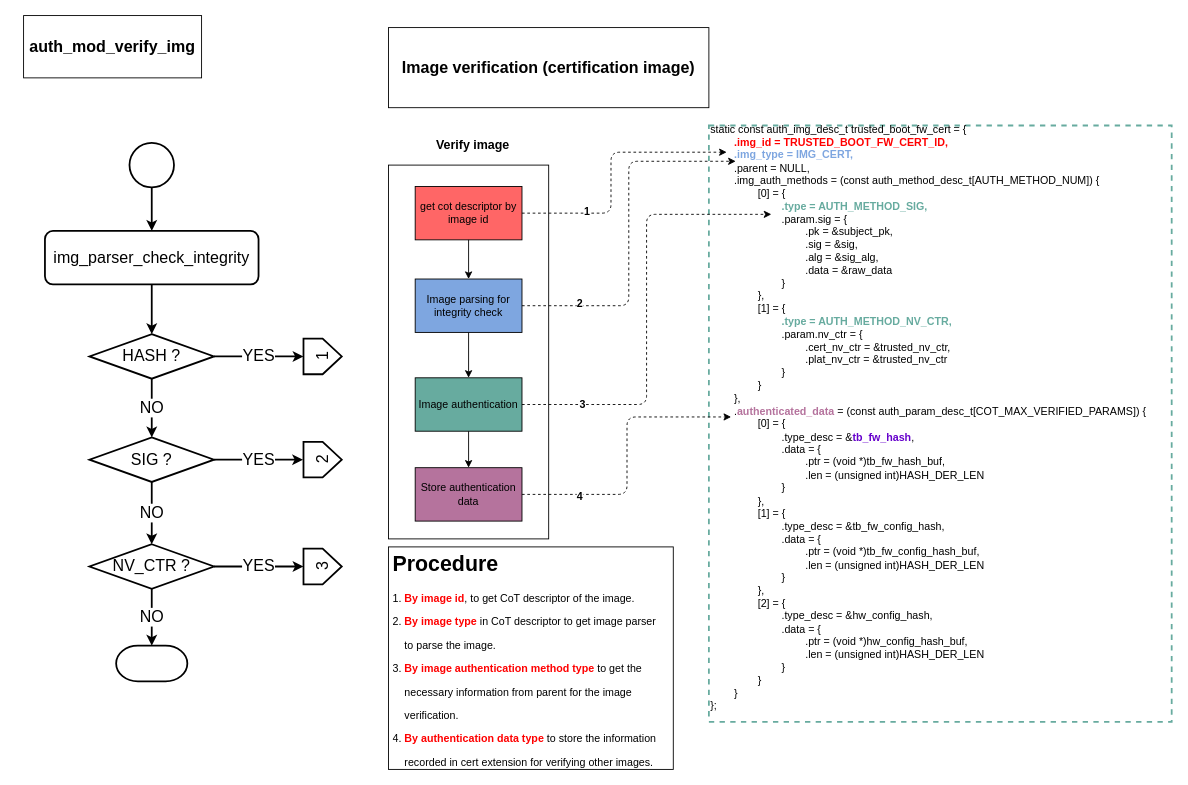
Earlier version of the draw.io diagram page "auth_mod_verify_img" (1 of 10) of mbedx509_parser.drawio (daichin/secureboot). Source tidied: cells renumbered, new cells numbered last; positions are measured from the earlier drawing's top-left corner, leaving out a move shared by most shapes. Both pictures are drawn from the tidied source at 89%, with x=0, y=0 at pixel (23, 15).
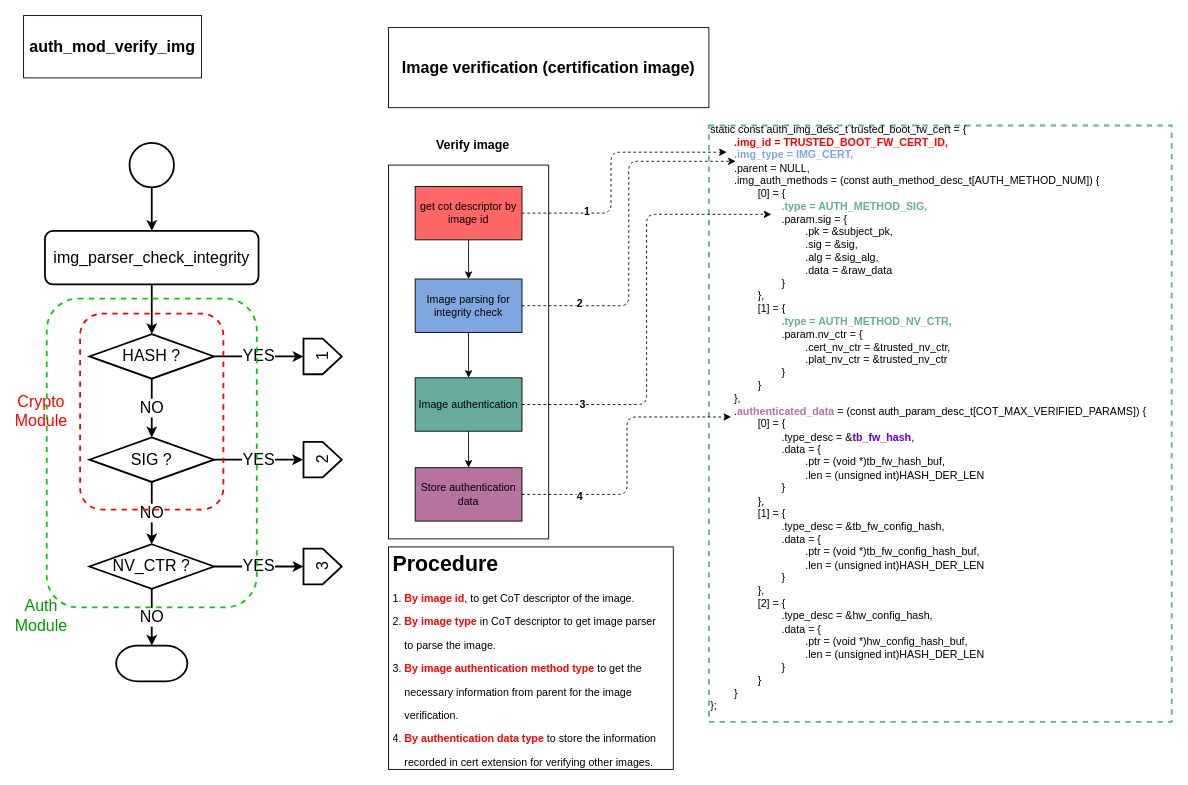
The same diagram, later.

The edit, as a diff of the source:
```diff
@@
+    <mxCell id="43" style="rounded=1;whiteSpace=wrap;html=1;shadow=0;fontSize=18;align=center;fillColor=none;dashed=1;strokeWidth=2;strokeColor=#FF0000;" parent="1" vertex="1">
+      <mxGeometry x="63.5" y="335" width="161" height="220" as="geometry" />
+    </mxCell>
+    <mxCell id="44" value="Crypto Module" style="text;html=1;strokeColor=none;fillColor=none;align=center;verticalAlign=middle;whiteSpace=wrap;rounded=0;shadow=0;dashed=1;fontSize=18;fontColor=#FF0000;" parent="1" vertex="1">
+      <mxGeometry y="435" width="40" height="20" as="geometry" />
+    </mxCell>
+    <mxCell id="45" style="rounded=1;whiteSpace=wrap;html=1;shadow=0;dashed=1;strokeColor=#00CC00;strokeWidth=2;fillColor=none;gradientColor=none;fontSize=18;fontColor=#FF0000;align=center;" parent="1" vertex="1">
+      <mxGeometry x="26" y="318" width="236" height="347" as="geometry" />
+    </mxCell>
+    <mxCell id="46" value="Auth Module" style="text;html=1;strokeColor=none;fillColor=none;align=center;verticalAlign=middle;whiteSpace=wrap;rounded=0;shadow=0;dashed=1;fontSize=18;fontColor=#009900;" parent="1" vertex="1">
+      <mxGeometry y="665" width="40" height="20" as="geometry" />
+    </mxCell>
```
